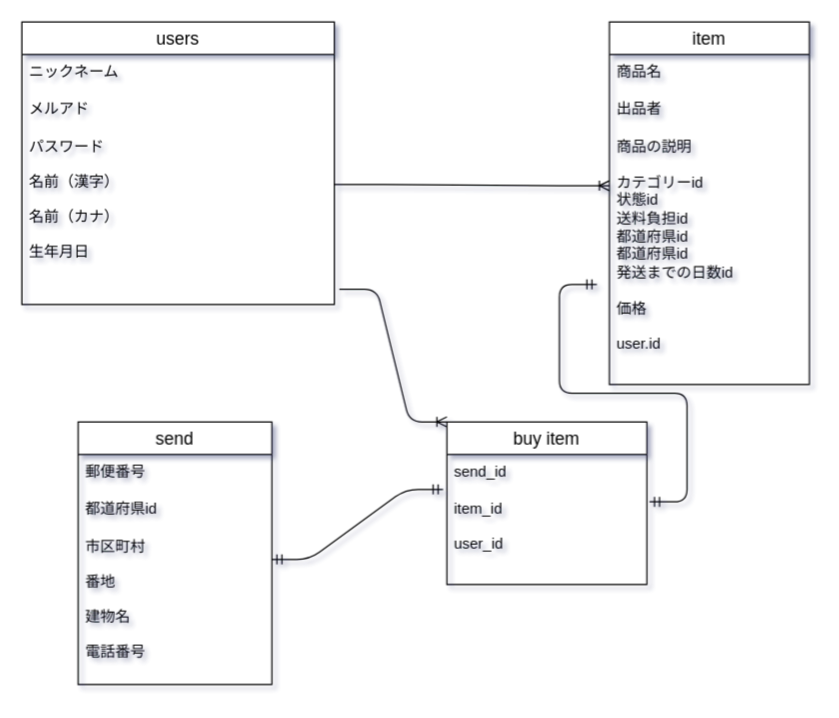
This is .dio from y-naoto/furima-36756, a draw.io file, before an edit. Source tidied: cells renumbered, new cells numbered last; positions are measured from the earlier drawing's top-left corner, leaving out a move shared by most shapes. Both pictures are drawn from the tidied source at 125%, with x=0, y=0 at pixel (21, 21).
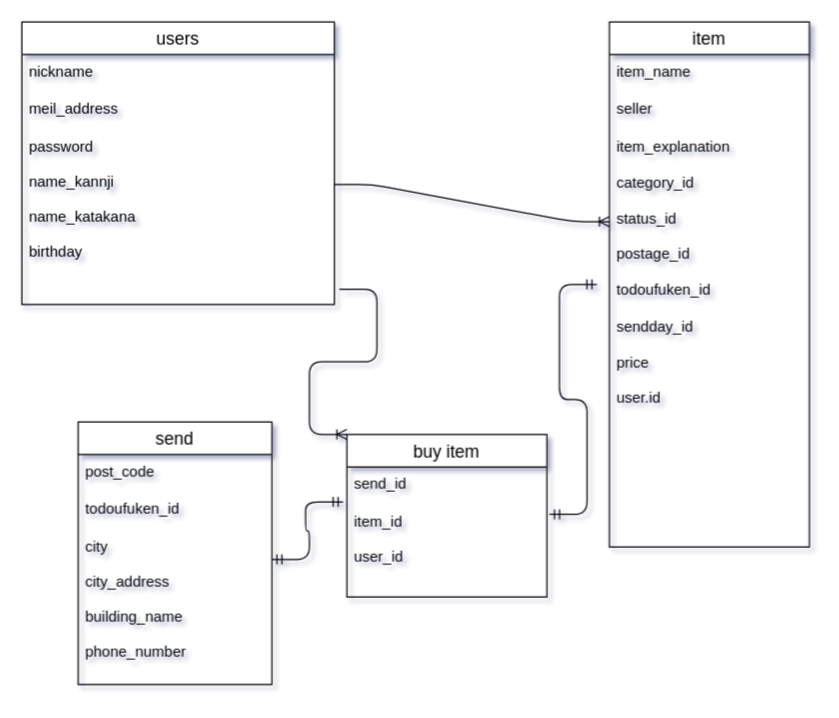
Above is the later version.

The change refers to these unchanged cells:
```xml
<mxCell id="2" value="users" style="swimlane;fontStyle=0;horizontal=1;startSize=26;align=center;fontSize=14;" parent="1" vertex="1">
  <mxGeometry width="250" height="226" as="geometry" />
</mxCell>
<mxCell id="13" value="send" style="swimlane;fontStyle=0;horizontal=1;startSize=26;align=center;fontSize=14;" parent="1" vertex="1">
  <mxGeometry x="45" y="320" width="155" height="210" as="geometry" />
</mxCell>
```

What changed in the source:
```diff
@@
-    <mxCell id="3" value="ニックネーム" style="text;strokeColor=none;fillColor=none;spacingLeft=4;spacingRight=4;overflow=hidden;fontSize=12;" parent="2" vertex="1">
+    <mxCell id="3" value="nickname" style="text;strokeColor=none;fillColor=none;spacingLeft=4;spacingRight=4;overflow=hidden;fontSize=12;" parent="2" vertex="1">
       <mxGeometry y="26" width="250" height="30" as="geometry" />
     </mxCell>
-    <mxCell id="4" value="メルアド" style="text;strokeColor=none;fillColor=none;spacingLeft=4;spacingRight=4;overflow=hidden;fontSize=12;" parent="2" vertex="1">
+    <mxCell id="4" value="meil_address" style="text;strokeColor=none;fillColor=none;spacingLeft=4;spacingRight=4;overflow=hidden;fontSize=12;" parent="2" vertex="1">
       <mxGeometry y="56" width="250" height="30" as="geometry" />
     </mxCell>
-    <mxCell id="5" value="パスワード&#10;&#10;名前（漢字）&#10;&#10;名前（カナ）&#10;&#10;生年月日" style="text;strokeColor=none;fillColor=none;spacingLeft=4;spacingRight=4;overflow=hidden;points=[[0,0.5],[1,0.5]];portConstraint=eastwest;fontSize=12;" parent="2" vertex="1">
+    <mxCell id="5" value="password&#10;&#10;name_kannji&#10;&#10;name_katakana&#10;&#10;birthday" style="text;strokeColor=none;fillColor=none;spacingLeft=4;spacingRight=4;overflow=hidden;points=[[0,0.5],[1,0.5]];portConstraint=eastwest;fontSize=12;" parent="2" vertex="1">
       <mxGeometry y="86" width="250" height="140" as="geometry" />
     </mxCell>
     <mxCell id="6" value="item" style="swimlane;fontStyle=0;horizontal=1;startSize=26;align=center;fontSize=14;" parent="1" vertex="1">
-      <mxGeometry x="470" width="160" height="290" as="geometry" />
+      <mxGeometry x="470" width="160" height="420" as="geometry" />
     </mxCell>
-    <mxCell id="7" value="商品名" style="text;strokeColor=none;fillColor=none;spacingLeft=4;spacingRight=4;overflow=hidden;fontSize=12;" parent="6" vertex="1">
+    <mxCell id="7" value="item_name" style="text;strokeColor=none;fillColor=none;spacingLeft=4;spacingRight=4;overflow=hidden;fontSize=12;" parent="6" vertex="1">
       <mxGeometry y="26" width="160" height="30" as="geometry" />
     </mxCell>
-    <mxCell id="8" value="出品者" style="text;strokeColor=none;fillColor=none;spacingLeft=4;spacingRight=4;overflow=hidden;fontSize=12;" parent="6" vertex="1">
+    <mxCell id="8" value="seller" style="text;strokeColor=none;fillColor=none;spacingLeft=4;spacingRight=4;overflow=hidden;fontSize=12;" parent="6" vertex="1">
       <mxGeometry y="56" width="160" height="30" as="geometry" />
     </mxCell>
-    <mxCell id="9" value="商品の説明&lt;br&gt;&lt;br&gt;カテゴリーid&lt;br&gt;状態id&lt;br&gt;送料負担id&lt;br&gt;都道府県id&lt;br&gt;都道府県id&lt;br&gt;発送までの日数id&lt;br&gt;&lt;br&gt;価格&lt;br&gt;&lt;br&gt;user.id&lt;br&gt;" style="text;strokeColor=none;fillColor=none;spacingLeft=4;spacingRight=4;overflow=hidden;points=[[0,0.5],[1,0.5]];portConstraint=eastwest;fontSize=12;html=1;" parent="6" vertex="1">
-      <mxGeometry y="86" width="160" height="204" as="geometry" />
+    <mxCell id="9" value="item_explanation&lt;br&gt;&lt;br&gt;category_id&lt;br&gt;&lt;br&gt;status_id&lt;br&gt;&lt;br&gt;postage_id&lt;br&gt;&lt;br&gt;todoufuken_id&lt;br&gt;&lt;br&gt;sendday_id&lt;br&gt;&lt;br&gt;price&lt;br&gt;&lt;br&gt;user.id" style="text;strokeColor=none;fillColor=none;spacingLeft=4;spacingRight=4;overflow=hidden;points=[[0,0.5],[1,0.5]];portConstraint=eastwest;fontSize=12;html=1;" parent="6" vertex="1">
+      <mxGeometry y="86" width="160" height="334" as="geometry" />
     </mxCell>
     <mxCell id="10" value="buy item" style="swimlane;fontStyle=0;horizontal=1;startSize=26;align=center;fontSize=14;" parent="1" vertex="1">
-      <mxGeometry x="340" y="320" width="160" height="130" as="geometry" />
+      <mxGeometry x="260" y="330" width="160" height="130" as="geometry" />
     </mxCell>
@@
-    <mxCell id="14" value="郵便番号&#10;&#10;" style="text;strokeColor=none;fillColor=none;spacingLeft=4;spacingRight=4;overflow=hidden;fontSize=12;" parent="13" vertex="1">
+    <mxCell id="14" value="post_code" style="text;strokeColor=none;fillColor=none;spacingLeft=4;spacingRight=4;overflow=hidden;fontSize=12;" parent="13" vertex="1">
       <mxGeometry y="26" width="155" height="30" as="geometry" />
     </mxCell>
-    <mxCell id="15" value="都道府県id" style="text;strokeColor=none;fillColor=none;spacingLeft=4;spacingRight=4;overflow=hidden;fontSize=12;" parent="13" vertex="1">
+    <mxCell id="15" value="todoufuken_id" style="text;strokeColor=none;fillColor=none;spacingLeft=4;spacingRight=4;overflow=hidden;fontSize=12;" parent="13" vertex="1">
       <mxGeometry y="56" width="155" height="30" as="geometry" />
     </mxCell>
-    <mxCell id="16" value="市区町村&#10;&#10;番地&#10;&#10;建物名&#10;&#10;電話番号&#10;&#10;" style="text;strokeColor=none;fillColor=none;spacingLeft=4;spacingRight=4;overflow=hidden;fontSize=12;" parent="13" vertex="1">
+    <mxCell id="16" value="city&#10;&#10;city_address&#10;&#10;building_name&#10;&#10;phone_number&#10;" style="text;strokeColor=none;fillColor=none;spacingLeft=4;spacingRight=4;overflow=hidden;fontSize=12;" parent="13" vertex="1">
       <mxGeometry y="86" width="155" height="124" as="geometry" />
     </mxCell>
```
